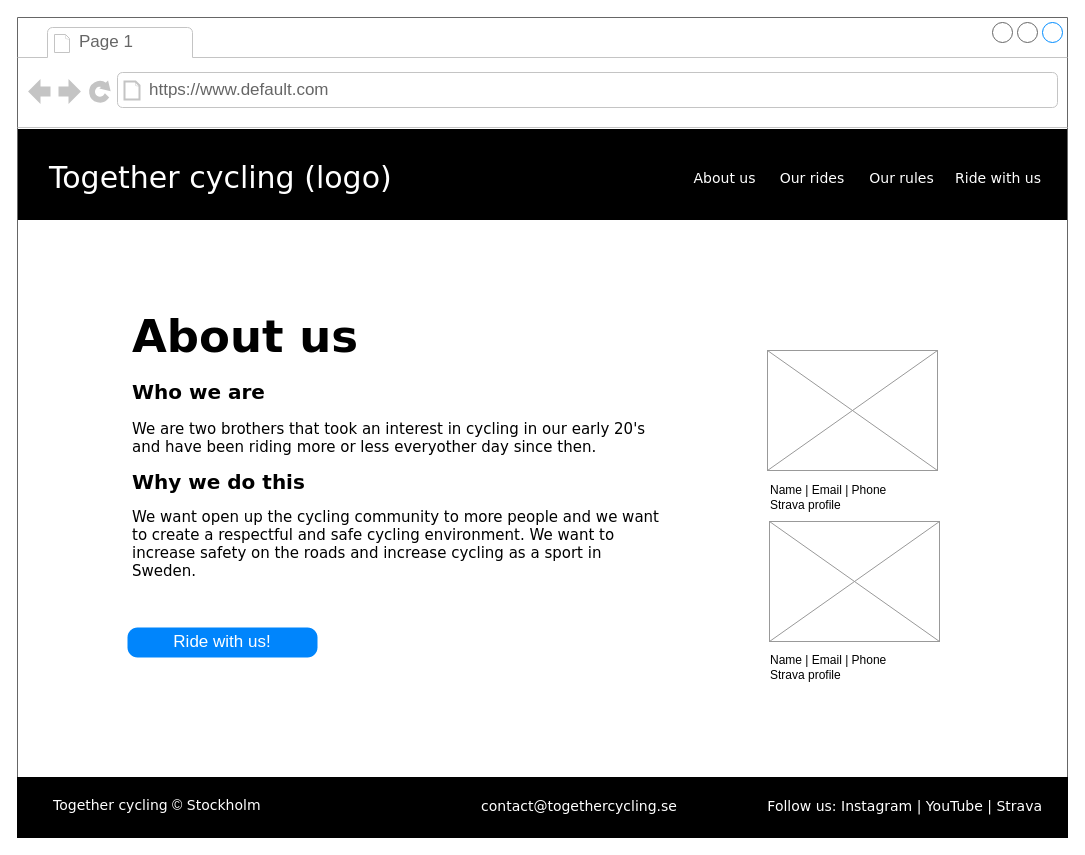
Before: page "Home" (1 of 4) of Together-cycling.drawio in CharlottaG/Together-Cycling, a draw.io diagram. Source tidied: cells renumbered, new cells numbered last; positions are measured from the earlier drawing's top-left corner, leaving out a move shared by most shapes. Both pictures are drawn from the tidied source at 100%, with x=0, y=0 at pixel (17, 17).
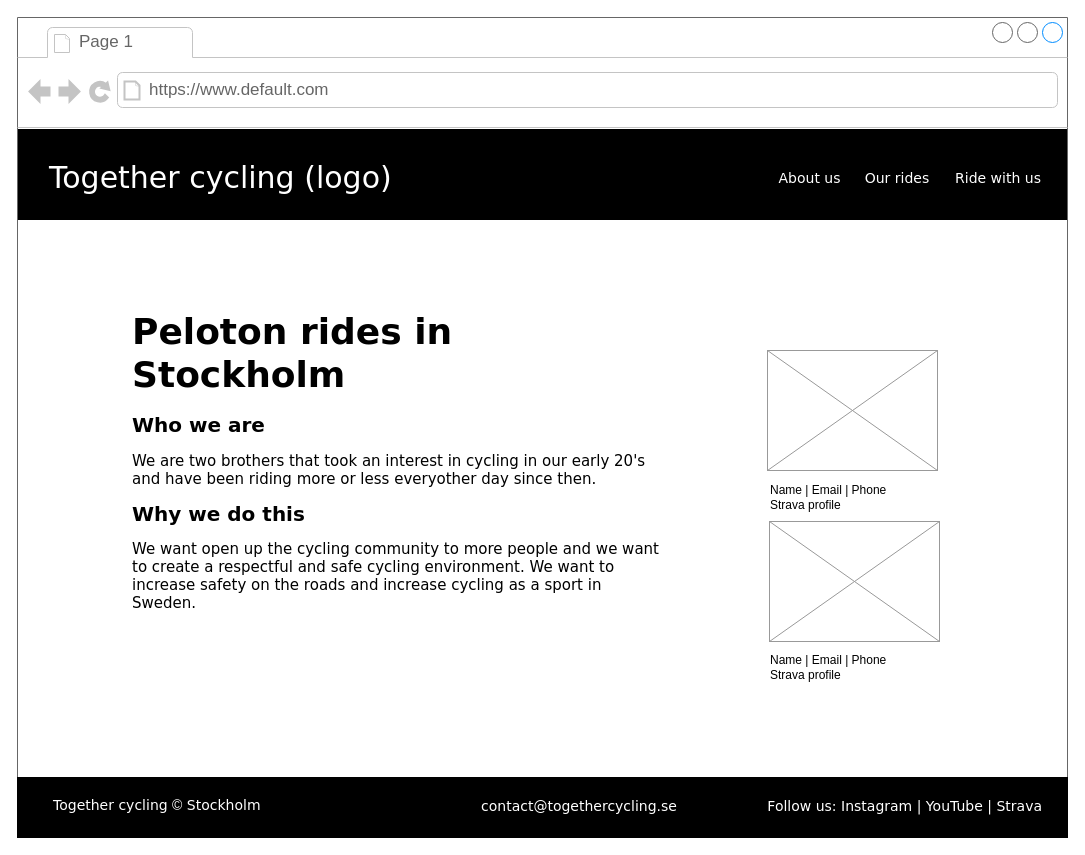
After the change.

Diff of the diagram source:
```diff
@@
-    <mxCell id="13" value="&lt;h1&gt;&lt;font face=&quot;Verdana&quot; style=&quot;font-size: 45px;&quot;&gt;About us&lt;/font&gt;&lt;/h1&gt;&lt;h2&gt;&lt;font face=&quot;Verdana&quot; style=&quot;font-size: 20px;&quot;&gt;Who we are&lt;/font&gt;&lt;/h2&gt;&lt;font face=&quot;Verdana&quot; style=&quot;&quot;&gt;&lt;font style=&quot;font-size: 15px;&quot;&gt;We are two brothers that took an interest in cycling in our early 20's and have been riding more or less everyother day since then.&lt;/font&gt;&lt;br&gt;&lt;/font&gt;&lt;h3&gt;&lt;font face=&quot;Verdana&quot; style=&quot;font-size: 20px;&quot;&gt;Why we do this&lt;/font&gt;&lt;/h3&gt;&lt;font style=&quot;&quot;&gt;&lt;font face=&quot;Verdana&quot; style=&quot;font-size: 15px;&quot;&gt;We want open up the cycling community to more people and we want to create a respectful and safe cycling environment. We want to increase safety on the roads and increase cycling as a sport in Sweden.&lt;/font&gt;&lt;/font&gt;" style="text;html=1;strokeColor=none;fillColor=none;spacing=5;spacingTop=-20;whiteSpace=wrap;overflow=hidden;rounded=0;" parent="1" vertex="1">
+    <mxCell id="13" value="&lt;h1&gt;&lt;font face=&quot;Verdana&quot; style=&quot;font-size: 36px;&quot;&gt;Peloton rides in Stockholm&lt;/font&gt;&lt;/h1&gt;&lt;h2&gt;&lt;font face=&quot;Verdana&quot; style=&quot;font-size: 20px;&quot;&gt;Who we are&lt;/font&gt;&lt;/h2&gt;&lt;font face=&quot;Verdana&quot; style=&quot;&quot;&gt;&lt;font style=&quot;font-size: 15px;&quot;&gt;We are two brothers that took an interest in cycling in our early 20's and have been riding more or less everyother day since then.&lt;/font&gt;&lt;br&gt;&lt;/font&gt;&lt;h3&gt;&lt;font face=&quot;Verdana&quot; style=&quot;font-size: 20px;&quot;&gt;Why we do this&lt;/font&gt;&lt;/h3&gt;&lt;font style=&quot;&quot;&gt;&lt;font face=&quot;Verdana&quot; style=&quot;font-size: 15px;&quot;&gt;We want open up the cycling community to more people and we want to create a respectful and safe cycling environment. We want to increase safety on the roads and increase cycling as a sport in Sweden.&lt;/font&gt;&lt;/font&gt;" style="text;html=1;strokeColor=none;fillColor=none;spacing=5;spacingTop=-20;whiteSpace=wrap;overflow=hidden;rounded=0;" parent="1" vertex="1">
       <mxGeometry x="110" y="287" width="539" height="365" as="geometry" />
     </mxCell>
-    <mxCell id="14" value="Ride with us!" style="strokeWidth=1;shadow=0;dashed=0;align=center;html=1;shape=mxgraph.mockup.buttons.button;strokeColor=none;mainText=;buttonStyle=round;fontSize=17;fontStyle=0;fillColor=#0085FC;whiteSpace=wrap;rounded=0;labelBackgroundColor=none;fontColor=#FFFFFF;" parent="1" vertex="1">
-      <mxGeometry x="110" y="610" width="190" height="30" as="geometry" />
-    </mxCell>
     <mxCell id="15" value="Our rides" style="fillColor=none;strokeColor=none;fontSize=14;fontColor=#FFFFFF;fontFamily=Verdana;labelBackgroundColor=none;flipH=1;" parent="1" vertex="1">
-      <mxGeometry x="762" y="140" width="66" height="40" as="geometry" />
+      <mxGeometry x="847" y="140" width="66" height="40" as="geometry" />
     </mxCell>
@@
     <mxCell id="17" value="About us" style="fillColor=none;strokeColor=none;fontSize=14;fontColor=#FFFFFF;fontFamily=Verdana;labelBackgroundColor=none;flipH=1;" parent="1" vertex="1">
-      <mxGeometry x="675" y="140" width="65" height="40" as="geometry" />
+      <mxGeometry x="760" y="140" width="65" height="40" as="geometry" />
     </mxCell>
-    <mxCell id="18" value="Our rules" style="fillColor=none;strokeColor=none;fontSize=14;fontColor=#FFFFFF;fontFamily=Verdana;labelBackgroundColor=none;flipH=1;" parent="1" vertex="1">
-      <mxGeometry x="851" y="140" width="67" height="40" as="geometry" />
-    </mxCell>
```
